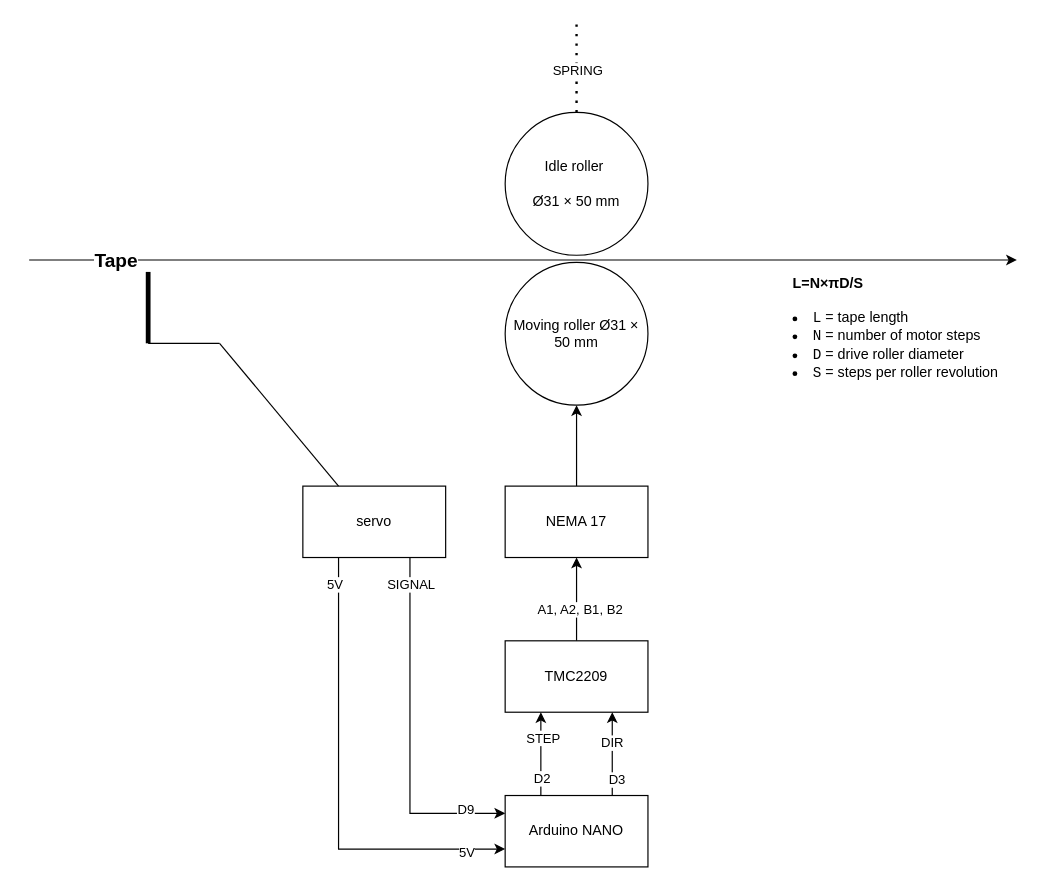
The draw.io diagram tape.drawio in MishaGaal/drawIo, before the edit. Source tidied: cells renumbered, new cells numbered last; positions are measured from the earlier drawing's top-left corner, leaving out a move shared by most shapes. Both pictures are drawn from the tidied source at 119%, with x=0, y=0 at pixel (29, 21).
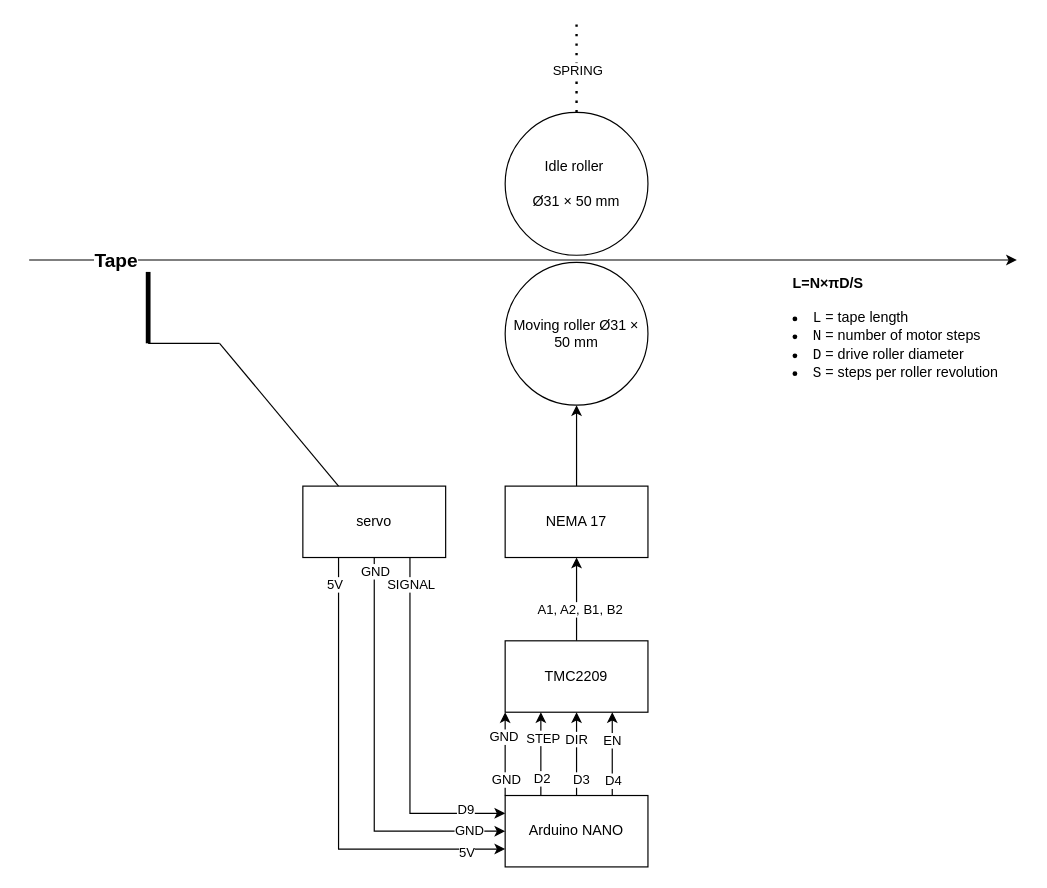
The same page after the edit.

Unchanged cells that the change refers to:
```xml
<mxCell id="4" value="&lt;div&gt;TMC2209&lt;/div&gt;" style="rounded=0;whiteSpace=wrap;html=1;" parent="1" vertex="1">
  <mxGeometry x="400" y="520" width="120" height="60" as="geometry" />
</mxCell>
<mxCell id="18" value="Arduino NANO" style="rounded=0;whiteSpace=wrap;html=1;" parent="1" vertex="1">
  <mxGeometry x="400" y="650" width="120" height="60" as="geometry" />
</mxCell>
<mxCell id="27" value="servo" style="rounded=0;whiteSpace=wrap;html=1;" parent="1" vertex="1">
  <mxGeometry x="230" y="390" width="120" height="60" as="geometry" />
</mxCell>
```

Change to the diagram source:
```diff
@@
-    <mxCell id="15" style="edgeStyle=orthogonalEdgeStyle;rounded=0;jettySize=auto;html=1;exitX=0.75;exitY=0;exitDx=0;exitDy=0;entryX=0.75;entryY=1;entryDx=0;entryDy=0;" parent="1" edge="1" source="18" target="4">
+    <mxCell id="15" style="edgeStyle=orthogonalEdgeStyle;rounded=0;jettySize=auto;html=1;exitX=0.5;exitY=0;exitDx=0;exitDy=0;entryX=0.5;entryY=1;entryDx=0;entryDy=0;" parent="1" edge="1" source="18" target="4">
       <mxGeometry relative="1" as="geometry" />
     </mxCell>
@@
     <mxCell id="17" value="DIR" style="edgeLabel;html=1;align=center;verticalAlign=middle;" parent="15" vertex="1">
-      <mxGeometry x="0.29" y="1" relative="1" as="geometry" />
+      <mxGeometry x="0.29" y="1" relative="1" as="geometry">
+        <mxPoint y="-3" as="offset" />
+      </mxGeometry>
     </mxCell>
+    <mxCell id="31" style="edgeStyle=orthogonalEdgeStyle;rounded=0;jettySize=auto;html=1;exitX=0.75;exitY=0;exitDx=0;exitDy=0;entryX=0.75;entryY=1;entryDx=0;entryDy=0;" parent="1" edge="1" source="18" target="4">
+      <mxGeometry relative="1" as="geometry" />
+    </mxCell>
+    <mxCell id="32" value="D4" style="edgeLabel;html=1;align=center;verticalAlign=middle;" parent="31" vertex="1">
+      <mxGeometry x="-0.62" relative="1" as="geometry" />
+    </mxCell>
+    <mxCell id="33" value="EN" style="edgeLabel;html=1;align=center;verticalAlign=middle;" parent="31" vertex="1">
+      <mxGeometry x="0.35" y="1" relative="1" as="geometry" />
+    </mxCell>
+    <mxCell id="34" style="edgeStyle=orthogonalEdgeStyle;rounded=0;jettySize=auto;html=1;exitX=0;exitY=0;exitDx=0;exitDy=0;entryX=0;entryY=1;entryDx=0;entryDy=0;" parent="1" edge="1" source="18" target="4">
+      <mxGeometry relative="1" as="geometry" />
+    </mxCell>
+    <mxCell id="35" value="GND" style="edgeLabel;html=1;align=center;verticalAlign=middle;" parent="34" vertex="1">
+      <mxGeometry x="-0.61" relative="1" as="geometry" />
+    </mxCell>
+    <mxCell id="36" value="GND" style="edgeLabel;html=1;align=center;verticalAlign=middle;" parent="34" vertex="1">
+      <mxGeometry x="0.43" y="2" relative="1" as="geometry" />
+    </mxCell>
@@
+    <mxCell id="37" style="edgeStyle=orthogonalEdgeStyle;rounded=0;jettySize=auto;html=1;entryX=0;entryY=0.5;entryDx=0;entryDy=0;exitX=0.5;exitY=1;exitDx=0;exitDy=0;" parent="1" edge="1" source="27" target="18">
+      <mxGeometry relative="1" as="geometry" />
+    </mxCell>
+    <mxCell id="38" value="GND" style="edgeLabel;html=1;align=center;verticalAlign=middle;" parent="37" vertex="1">
+      <mxGeometry x="-0.85" y="-1" relative="1" as="geometry">
+        <mxPoint x="1" y="-15" as="offset" />
+      </mxGeometry>
+    </mxCell>
+    <mxCell id="39" value="GND" style="edgeLabel;html=1;align=center;verticalAlign=middle;" parent="37" vertex="1">
+      <mxGeometry x="0.82" y="1" relative="1" as="geometry" />
+    </mxCell>
```
